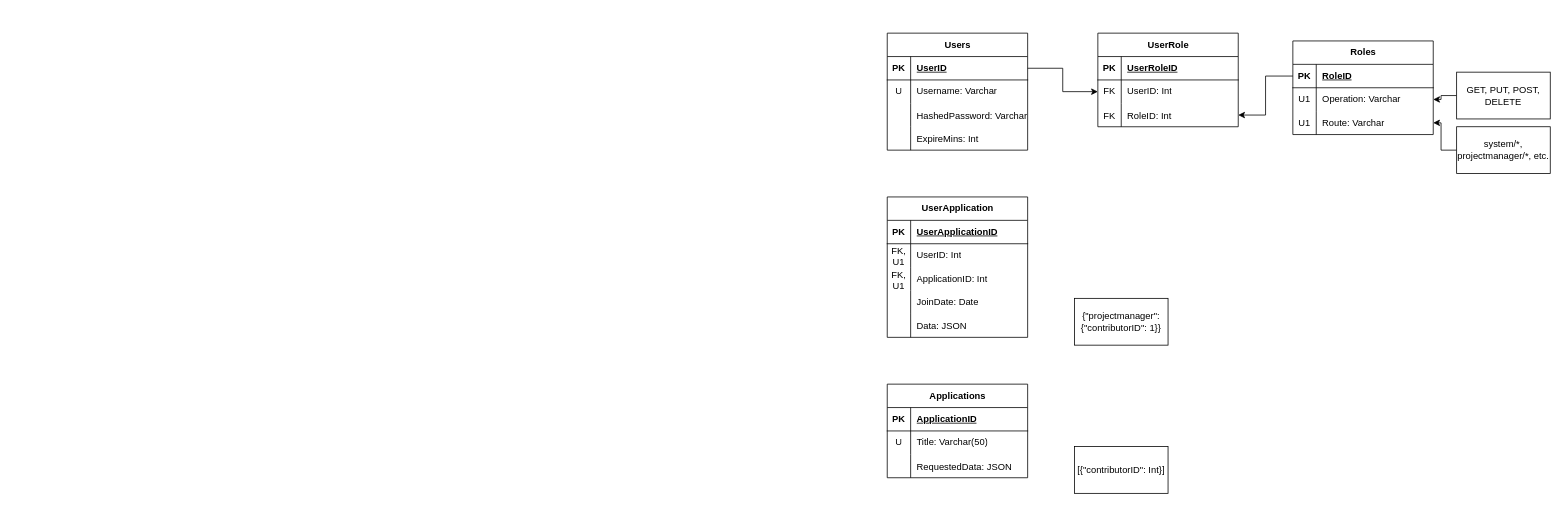
The draw.io diagram Documentation/system.drawio in TheChar/SphereAPI, before the edit. Source tidied: cells renumbered, new cells numbered last; positions are measured from the earlier drawing's top-left corner, leaving out a move shared by most shapes. Both pictures are drawn from the tidied source at 78%, with x=0, y=0 at pixel (887, 33).
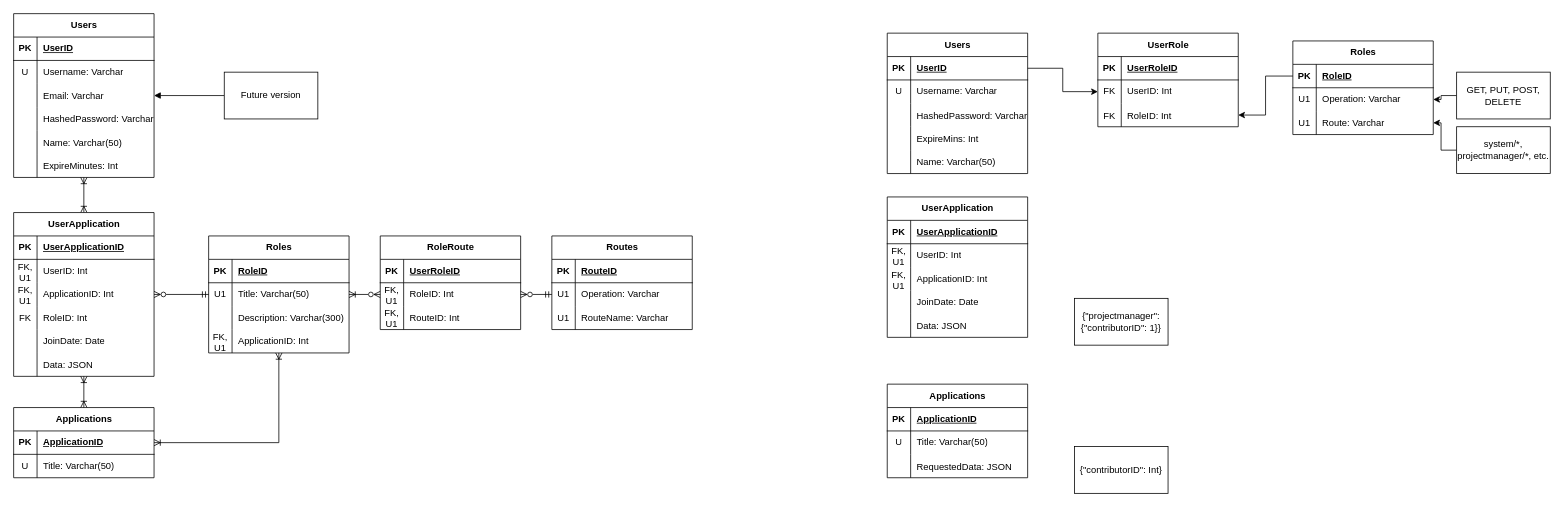
After the change.

Diff of the diagram source:
```diff
@@
     <mxCell id="2" value="Users" style="shape=table;startSize=30;childLayout=tableLayout;rowLines=0;fontStyle=1;align=center;html=1;" parent="1" vertex="1">
-      <mxGeometry width="180" height="150" as="geometry" />
+      <mxGeometry width="180" height="180" as="geometry" />
     </mxCell>
@@
+    <mxCell id="69" style="shape=tableRow;horizontal=0;startSize=0;swimlaneHead=0;swimlaneBody=0;fillColor=none;top=0;left=0;right=0;bottom=0;" parent="2" vertex="1">
+      <mxGeometry y="150" width="180" height="30" as="geometry" />
+    </mxCell>
+    <mxCell id="70" style="shape=partialRectangle;fillColor=none;top=0;left=0;bottom=0;right=0;overflow=hidden;" parent="69" vertex="1">
+      <mxGeometry width="30" height="30" as="geometry" />
+    </mxCell>
+    <mxCell id="71" value="Name: Varchar(50)" style="shape=partialRectangle;fillColor=none;top=0;left=0;bottom=0;right=0;align=left;spacingLeft=6;overflow=hidden;" parent="69" vertex="1">
+      <mxGeometry x="30" width="150" height="30" as="geometry" />
+    </mxCell>
@@
-    <mxCell id="68" value="[{&quot;contributorID&quot;: Int}]" style="rounded=0;whiteSpace=wrap;html=1;" parent="1" vertex="1">
+    <mxCell id="68" value="{&quot;contributorID&quot;: Int}" style="rounded=0;whiteSpace=wrap;html=1;" parent="1" vertex="1">
       <mxGeometry x="240" y="530" width="120" height="60" as="geometry" />
     </mxCell>
+    <mxCell id="72" style="edgeStyle=orthogonalEdgeStyle;rounded=0;jettySize=auto;html=1;entryX=0.5;entryY=0;entryDx=0;entryDy=0;startArrow=ERoneToMany;startFill=0;endArrow=ERoneToMany;endFill=0;" parent="1" edge="1" source="73" target="122">
+      <mxGeometry relative="1" as="geometry" />
+    </mxCell>
+    <mxCell id="73" value="Users" style="shape=table;startSize=30;childLayout=tableLayout;rowLines=0;fontStyle=1;align=center;html=1;" parent="1" vertex="1">
+      <mxGeometry x="-1120" y="-25" width="180" height="210" as="geometry" />
+    </mxCell>
+    <mxCell id="74" style="shape=tableRow;horizontal=0;startSize=0;swimlaneHead=0;swimlaneBody=0;fillColor=none;top=0;left=0;right=0;bottom=1;" parent="73" vertex="1">
+      <mxGeometry y="30" width="180" height="30" as="geometry" />
+    </mxCell>
+    <mxCell id="75" value="PK" style="shape=partialRectangle;fillColor=none;top=0;left=0;bottom=0;right=0;fontStyle=1;overflow=hidden;whiteSpace=wrap;html=1;" parent="74" vertex="1">
+      <mxGeometry width="30" height="30" as="geometry" />
+    </mxCell>
+    <mxCell id="76" value="UserID" style="shape=partialRectangle;fillColor=none;top=0;left=0;bottom=0;right=0;align=left;spacingLeft=6;fontStyle=5;overflow=hidden;whiteSpace=wrap;html=1;" parent="74" vertex="1">
+      <mxGeometry x="30" width="150" height="30" as="geometry" />
+    </mxCell>
+    <mxCell id="77" style="shape=tableRow;horizontal=0;startSize=0;swimlaneHead=0;swimlaneBody=0;fillColor=none;top=0;left=0;right=0;bottom=0;" parent="73" vertex="1">
+      <mxGeometry y="60" width="180" height="30" as="geometry" />
+    </mxCell>
+    <mxCell id="78" value="U" style="shape=partialRectangle;fillColor=none;top=0;left=0;bottom=0;right=0;overflow=hidden;whiteSpace=wrap;html=1;" parent="77" vertex="1">
+      <mxGeometry width="30" height="30" as="geometry" />
+    </mxCell>
+    <mxCell id="79" value="Username: Varchar" style="shape=partialRectangle;fillColor=none;top=0;left=0;bottom=0;right=0;align=left;spacingLeft=6;overflow=hidden;whiteSpace=wrap;html=1;" parent="77" vertex="1">
+      <mxGeometry x="30" width="150" height="30" as="geometry" />
+    </mxCell>
+    <mxCell id="80" style="shape=tableRow;horizontal=0;startSize=0;swimlaneHead=0;swimlaneBody=0;fillColor=none;points=[[0,0.5],[1,0.5]];portConstraint=eastwest;top=0;left=0;right=0;bottom=0;" parent="73" vertex="1">
+      <mxGeometry y="90" width="180" height="30" as="geometry" />
+    </mxCell>
+    <mxCell id="81" style="shape=partialRectangle;fillColor=none;top=0;left=0;bottom=0;right=0;overflow=hidden;" parent="80" vertex="1">
+      <mxGeometry width="30" height="30" as="geometry" />
+    </mxCell>
+    <mxCell id="82" value="Email: Varchar" style="shape=partialRectangle;fillColor=none;top=0;left=0;bottom=0;right=0;align=left;spacingLeft=6;overflow=hidden;" parent="80" vertex="1">
+      <mxGeometry x="30" width="150" height="30" as="geometry" />
+    </mxCell>
+    <mxCell id="83" style="shape=tableRow;horizontal=0;startSize=0;swimlaneHead=0;swimlaneBody=0;fillColor=none;top=0;left=0;right=0;bottom=0;" parent="73" vertex="1">
+      <mxGeometry y="120" width="180" height="30" as="geometry" />
+    </mxCell>
+    <mxCell id="84" style="shape=partialRectangle;fillColor=none;top=0;left=0;bottom=0;right=0;overflow=hidden;" parent="83" vertex="1">
+      <mxGeometry width="30" height="30" as="geometry" />
+    </mxCell>
+    <mxCell id="85" value="HashedPassword: Varchar" style="shape=partialRectangle;fillColor=none;top=0;left=0;bottom=0;right=0;align=left;spacingLeft=6;overflow=hidden;" parent="83" vertex="1">
+      <mxGeometry x="30" width="150" height="30" as="geometry" />
+    </mxCell>
+    <mxCell id="86" style="shape=tableRow;horizontal=0;startSize=0;swimlaneHead=0;swimlaneBody=0;fillColor=none;top=0;left=0;right=0;bottom=0;" parent="73" vertex="1">
+      <mxGeometry y="150" width="180" height="30" as="geometry" />
+    </mxCell>
+    <mxCell id="87" style="shape=partialRectangle;fillColor=none;top=0;left=0;bottom=0;right=0;overflow=hidden;" parent="86" vertex="1">
+      <mxGeometry width="30" height="30" as="geometry" />
+    </mxCell>
+    <mxCell id="88" value="Name: Varchar(50)" style="shape=partialRectangle;fillColor=none;top=0;left=0;bottom=0;right=0;align=left;spacingLeft=6;overflow=hidden;" parent="86" vertex="1">
+      <mxGeometry x="30" width="150" height="30" as="geometry" />
+    </mxCell>
+    <mxCell id="89" style="shape=tableRow;horizontal=0;startSize=0;swimlaneHead=0;swimlaneBody=0;fillColor=none;top=0;left=0;right=0;bottom=0;" parent="73" vertex="1">
+      <mxGeometry y="180" width="180" height="30" as="geometry" />
+    </mxCell>
+    <mxCell id="90" style="shape=partialRectangle;fillColor=none;top=0;left=0;bottom=0;right=0;overflow=hidden;" parent="89" vertex="1">
+      <mxGeometry width="30" height="30" as="geometry" />
+    </mxCell>
+    <mxCell id="91" value="ExpireMinutes: Int" style="shape=partialRectangle;fillColor=none;top=0;left=0;bottom=0;right=0;align=left;spacingLeft=6;overflow=hidden;" parent="89" vertex="1">
+      <mxGeometry x="30" width="150" height="30" as="geometry" />
+    </mxCell>
+    <mxCell id="92" style="edgeStyle=orthogonalEdgeStyle;rounded=0;jettySize=auto;html=1;entryX=0;entryY=0.5;entryDx=0;entryDy=0;exitX=1;exitY=0.5;exitDx=0;exitDy=0;startArrow=ERzeroToMany;startFill=0;endArrow=ERmandOne;endFill=0;" parent="1" edge="1" source="97" target="107">
+      <mxGeometry relative="1" as="geometry" />
+    </mxCell>
+    <mxCell id="93" value="RoleRoute" style="shape=table;startSize=30;childLayout=tableLayout;rowLines=0;fontStyle=1;align=center;html=1;" parent="1" vertex="1">
+      <mxGeometry x="-650" y="260" width="180" height="120" as="geometry" />
+    </mxCell>
+    <mxCell id="94" style="shape=tableRow;horizontal=0;startSize=0;swimlaneHead=0;swimlaneBody=0;fillColor=none;top=0;left=0;right=0;bottom=1;" parent="93" vertex="1">
+      <mxGeometry y="30" width="180" height="30" as="geometry" />
+    </mxCell>
+    <mxCell id="95" value="PK" style="shape=partialRectangle;fillColor=none;top=0;left=0;bottom=0;right=0;fontStyle=1;overflow=hidden;whiteSpace=wrap;html=1;" parent="94" vertex="1">
+      <mxGeometry width="30" height="30" as="geometry" />
+    </mxCell>
+    <mxCell id="96" value="UserRoleID" style="shape=partialRectangle;fillColor=none;top=0;left=0;bottom=0;right=0;align=left;spacingLeft=6;fontStyle=5;overflow=hidden;whiteSpace=wrap;html=1;" parent="94" vertex="1">
+      <mxGeometry x="30" width="150" height="30" as="geometry" />
+    </mxCell>
+    <mxCell id="97" style="shape=tableRow;horizontal=0;startSize=0;swimlaneHead=0;swimlaneBody=0;fillColor=none;points=[[0,0.5],[1,0.5]];portConstraint=eastwest;top=0;left=0;right=0;bottom=0;" parent="93" vertex="1">
+      <mxGeometry y="60" width="180" height="30" as="geometry" />
+    </mxCell>
+    <mxCell id="98" value="FK, U1" style="shape=partialRectangle;fillColor=none;top=0;left=0;bottom=0;right=0;overflow=hidden;whiteSpace=wrap;html=1;" parent="97" vertex="1">
+      <mxGeometry width="30" height="30" as="geometry" />
+    </mxCell>
+    <mxCell id="99" value="RoleID: Int" style="shape=partialRectangle;fillColor=none;top=0;left=0;bottom=0;right=0;align=left;spacingLeft=6;overflow=hidden;whiteSpace=wrap;html=1;" parent="97" vertex="1">
+      <mxGeometry x="30" width="150" height="30" as="geometry" />
+    </mxCell>
+    <mxCell id="100" style="shape=tableRow;horizontal=0;startSize=0;swimlaneHead=0;swimlaneBody=0;fillColor=none;top=0;left=0;right=0;bottom=0;" parent="93" vertex="1">
+      <mxGeometry y="90" width="180" height="30" as="geometry" />
+    </mxCell>
+    <mxCell id="101" value="FK,&#10;U1" style="shape=partialRectangle;fillColor=none;top=0;left=0;bottom=0;right=0;overflow=hidden;" parent="100" vertex="1">
+      <mxGeometry width="30" height="30" as="geometry" />
+    </mxCell>
+    <mxCell id="102" value="RouteID: Int" style="shape=partialRectangle;fillColor=none;top=0;left=0;bottom=0;right=0;align=left;spacingLeft=6;overflow=hidden;" parent="100" vertex="1">
+      <mxGeometry x="30" width="150" height="30" as="geometry" />
+    </mxCell>
+    <mxCell id="103" value="Routes" style="shape=table;startSize=30;childLayout=tableLayout;rowLines=0;fontStyle=1;align=center;html=1;" parent="1" vertex="1">
+      <mxGeometry x="-430" y="260" width="180" height="120" as="geometry" />
+    </mxCell>
+    <mxCell id="104" style="shape=tableRow;horizontal=0;startSize=0;swimlaneHead=0;swimlaneBody=0;fillColor=none;top=0;left=0;right=0;bottom=1;" parent="103" vertex="1">
+      <mxGeometry y="30" width="180" height="30" as="geometry" />
+    </mxCell>
+    <mxCell id="105" value="PK" style="shape=partialRectangle;fillColor=none;top=0;left=0;bottom=0;right=0;fontStyle=1;overflow=hidden;whiteSpace=wrap;html=1;" parent="104" vertex="1">
+      <mxGeometry width="30" height="30" as="geometry" />
+    </mxCell>
+    <mxCell id="106" value="RouteID" style="shape=partialRectangle;fillColor=none;top=0;left=0;bottom=0;right=0;align=left;spacingLeft=6;fontStyle=5;overflow=hidden;whiteSpace=wrap;html=1;" parent="104" vertex="1">
+      <mxGeometry x="30" width="150" height="30" as="geometry" />
+    </mxCell>
+    <mxCell id="107" style="shape=tableRow;horizontal=0;startSize=0;swimlaneHead=0;swimlaneBody=0;fillColor=none;points=[[0,0.5],[1,0.5]];portConstraint=eastwest;top=0;left=0;right=0;bottom=0;" parent="103" vertex="1">
+      <mxGeometry y="60" width="180" height="30" as="geometry" />
+    </mxCell>
+    <mxCell id="108" value="U1" style="shape=partialRectangle;fillColor=none;top=0;left=0;bottom=0;right=0;overflow=hidden;whiteSpace=wrap;html=1;" parent="107" vertex="1">
+      <mxGeometry width="30" height="30" as="geometry" />
+    </mxCell>
+    <mxCell id="109" value="Operation: Varchar" style="shape=partialRectangle;fillColor=none;top=0;left=0;bottom=0;right=0;align=left;spacingLeft=6;overflow=hidden;whiteSpace=wrap;html=1;" parent="107" vertex="1">
+      <mxGeometry x="30" width="150" height="30" as="geometry" />
+    </mxCell>
+    <mxCell id="110" style="shape=tableRow;horizontal=0;startSize=0;swimlaneHead=0;swimlaneBody=0;fillColor=none;top=0;left=0;right=0;bottom=0;" parent="103" vertex="1">
+      <mxGeometry y="90" width="180" height="30" as="geometry" />
+    </mxCell>
+    <mxCell id="111" value="U1" style="shape=partialRectangle;fillColor=none;top=0;left=0;bottom=0;right=0;overflow=hidden;whiteSpace=wrap;html=1;" parent="110" vertex="1">
+      <mxGeometry width="30" height="30" as="geometry" />
+    </mxCell>
+    <mxCell id="112" value="RouteName: Varchar" style="shape=partialRectangle;fillColor=none;top=0;left=0;bottom=0;right=0;align=left;spacingLeft=6;overflow=hidden;whiteSpace=wrap;html=1;" parent="110" vertex="1">
+      <mxGeometry x="30" width="150" height="30" as="geometry" />
+    </mxCell>
+    <mxCell id="113" value="Applications" style="shape=table;startSize=30;childLayout=tableLayout;rowLines=0;fontStyle=1;align=center;html=1;" parent="1" vertex="1">
+      <mxGeometry x="-1120" y="480" width="180" height="90" as="geometry" />
+    </mxCell>
+    <mxCell id="114" style="shape=tableRow;horizontal=0;startSize=0;swimlaneHead=0;swimlaneBody=0;fillColor=none;points=[[0,0.5],[1,0.5]];portConstraint=eastwest;top=0;left=0;right=0;bottom=1;" parent="113" vertex="1">
+      <mxGeometry y="30" width="180" height="30" as="geometry" />
+    </mxCell>
+    <mxCell id="115" value="PK" style="shape=partialRectangle;fillColor=none;top=0;left=0;bottom=0;right=0;fontStyle=1;overflow=hidden;whiteSpace=wrap;html=1;" parent="114" vertex="1">
+      <mxGeometry width="30" height="30" as="geometry" />
+    </mxCell>
+    <mxCell id="116" value="ApplicationID" style="shape=partialRectangle;fillColor=none;top=0;left=0;bottom=0;right=0;align=left;spacingLeft=6;fontStyle=5;overflow=hidden;whiteSpace=wrap;html=1;" parent="114" vertex="1">
+      <mxGeometry x="30" width="150" height="30" as="geometry" />
+    </mxCell>
+    <mxCell id="117" style="shape=tableRow;horizontal=0;startSize=0;swimlaneHead=0;swimlaneBody=0;fillColor=none;top=0;left=0;right=0;bottom=0;" parent="113" vertex="1">
+      <mxGeometry y="60" width="180" height="30" as="geometry" />
+    </mxCell>
+    <mxCell id="118" value="U" style="shape=partialRectangle;fillColor=none;top=0;left=0;bottom=0;right=0;overflow=hidden;whiteSpace=wrap;html=1;" parent="117" vertex="1">
+      <mxGeometry width="30" height="30" as="geometry" />
+    </mxCell>
+    <mxCell id="119" value="Title: Varchar(50)" style="shape=partialRectangle;fillColor=none;top=0;left=0;bottom=0;right=0;align=left;spacingLeft=6;overflow=hidden;whiteSpace=wrap;html=1;" parent="117" vertex="1">
+      <mxGeometry x="30" width="150" height="30" as="geometry" />
+    </mxCell>
+    <mxCell id="120" style="edgeStyle=orthogonalEdgeStyle;rounded=0;jettySize=auto;html=1;entryX=0.5;entryY=0;entryDx=0;entryDy=0;endArrow=ERoneToMany;endFill=0;startArrow=ERoneToMany;startFill=0;" parent="1" edge="1" source="122" target="113">
+      <mxGeometry relative="1" as="geometry" />
+    </mxCell>
+    <mxCell id="121" style="edgeStyle=orthogonalEdgeStyle;rounded=0;jettySize=auto;html=1;endArrow=ERmandOne;endFill=0;startArrow=ERzeroToMany;startFill=0;" parent="1" edge="1" source="122" target="143">
+      <mxGeometry relative="1" as="geometry" />
+    </mxCell>
+    <mxCell id="122" value="UserApplication" style="shape=table;startSize=30;childLayout=tableLayout;rowLines=0;fontStyle=1;align=center;html=1;" parent="1" vertex="1">
+      <mxGeometry x="-1120" y="230" width="180" height="210" as="geometry" />
+    </mxCell>
+    <mxCell id="123" style="shape=tableRow;horizontal=0;startSize=0;swimlaneHead=0;swimlaneBody=0;fillColor=none;top=0;left=0;right=0;bottom=1;" parent="122" vertex="1">
+      <mxGeometry y="30" width="180" height="30" as="geometry" />
+    </mxCell>
+    <mxCell id="124" value="PK" style="shape=partialRectangle;fillColor=none;top=0;left=0;bottom=0;right=0;fontStyle=1;overflow=hidden;whiteSpace=wrap;html=1;" parent="123" vertex="1">
+      <mxGeometry width="30" height="30" as="geometry" />
+    </mxCell>
+    <mxCell id="125" value="UserApplicationID" style="shape=partialRectangle;fillColor=none;top=0;left=0;bottom=0;right=0;align=left;spacingLeft=6;fontStyle=5;overflow=hidden;whiteSpace=wrap;html=1;" parent="123" vertex="1">
+      <mxGeometry x="30" width="150" height="30" as="geometry" />
+    </mxCell>
+    <mxCell id="126" style="shape=tableRow;horizontal=0;startSize=0;swimlaneHead=0;swimlaneBody=0;fillColor=none;top=0;left=0;right=0;bottom=0;" parent="122" vertex="1">
+      <mxGeometry y="60" width="180" height="30" as="geometry" />
+    </mxCell>
+    <mxCell id="127" value="FK,&lt;div&gt;U1&lt;/div&gt;" style="shape=partialRectangle;fillColor=none;top=0;left=0;bottom=0;right=0;overflow=hidden;whiteSpace=wrap;html=1;" parent="126" vertex="1">
+      <mxGeometry width="30" height="30" as="geometry" />
+    </mxCell>
+    <mxCell id="128" value="UserID: Int" style="shape=partialRectangle;fillColor=none;top=0;left=0;bottom=0;right=0;align=left;spacingLeft=6;overflow=hidden;whiteSpace=wrap;html=1;" parent="126" vertex="1">
+      <mxGeometry x="30" width="150" height="30" as="geometry" />
+    </mxCell>
+    <mxCell id="129" style="shape=tableRow;horizontal=0;startSize=0;swimlaneHead=0;swimlaneBody=0;fillColor=none;top=0;left=0;right=0;bottom=0;" parent="122" vertex="1">
+      <mxGeometry y="90" width="180" height="30" as="geometry" />
+    </mxCell>
+    <mxCell id="130" value="FK,&lt;div&gt;U1&lt;/div&gt;" style="shape=partialRectangle;fillColor=none;top=0;left=0;bottom=0;right=0;overflow=hidden;whiteSpace=wrap;html=1;" parent="129" vertex="1">
+      <mxGeometry width="30" height="30" as="geometry" />
+    </mxCell>
+    <mxCell id="131" value="ApplicationID: Int" style="shape=partialRectangle;fillColor=none;top=0;left=0;bottom=0;right=0;align=left;spacingLeft=6;overflow=hidden;whiteSpace=wrap;html=1;" parent="129" vertex="1">
+      <mxGeometry x="30" width="150" height="30" as="geometry" />
+    </mxCell>
+    <mxCell id="132" style="shape=tableRow;horizontal=0;startSize=0;swimlaneHead=0;swimlaneBody=0;fillColor=none;top=0;left=0;right=0;bottom=0;" parent="122" vertex="1">
+      <mxGeometry y="120" width="180" height="30" as="geometry" />
+    </mxCell>
+    <mxCell id="133" value="FK" style="shape=partialRectangle;fillColor=none;top=0;left=0;bottom=0;right=0;overflow=hidden;" parent="132" vertex="1">
+      <mxGeometry width="30" height="30" as="geometry" />
+    </mxCell>
+    <mxCell id="134" value="RoleID: Int" style="shape=partialRectangle;fillColor=none;top=0;left=0;bottom=0;right=0;align=left;spacingLeft=6;overflow=hidden;" parent="132" vertex="1">
+      <mxGeometry x="30" width="150" height="30" as="geometry" />
+    </mxCell>
+    <mxCell id="135" style="shape=tableRow;horizontal=0;startSize=0;swimlaneHead=0;swimlaneBody=0;fillColor=none;top=0;left=0;right=0;bottom=0;" parent="122" vertex="1">
+      <mxGeometry y="150" width="180" height="30" as="geometry" />
+    </mxCell>
+    <mxCell id="136" style="shape=partialRectangle;fillColor=none;top=0;left=0;bottom=0;right=0;overflow=hidden;whiteSpace=wrap;html=1;" parent="135" vertex="1">
+      <mxGeometry width="30" height="30" as="geometry" />
+    </mxCell>
+    <mxCell id="137" value="JoinDate: Date" style="shape=partialRectangle;fillColor=none;top=0;left=0;bottom=0;right=0;align=left;spacingLeft=6;overflow=hidden;whiteSpace=wrap;html=1;" parent="135" vertex="1">
+      <mxGeometry x="30" width="150" height="30" as="geometry" />
+    </mxCell>
+    <mxCell id="138" style="shape=tableRow;horizontal=0;startSize=0;swimlaneHead=0;swimlaneBody=0;fillColor=none;top=0;left=0;right=0;bottom=0;" parent="122" vertex="1">
+      <mxGeometry y="180" width="180" height="30" as="geometry" />
+    </mxCell>
+    <mxCell id="139" style="shape=partialRectangle;fillColor=none;top=0;left=0;bottom=0;right=0;overflow=hidden;" parent="138" vertex="1">
+      <mxGeometry width="30" height="30" as="geometry" />
+    </mxCell>
+    <mxCell id="140" value="Data: JSON" style="shape=partialRectangle;fillColor=none;top=0;left=0;bottom=0;right=0;align=left;spacingLeft=6;overflow=hidden;" parent="138" vertex="1">
+      <mxGeometry x="30" width="150" height="30" as="geometry" />
+    </mxCell>
+    <mxCell id="141" style="edgeStyle=orthogonalEdgeStyle;rounded=0;jettySize=auto;html=1;entryX=1;entryY=0.5;entryDx=0;entryDy=0;startArrow=ERoneToMany;startFill=0;endArrow=ERoneToMany;endFill=0;" parent="1" edge="1" source="143" target="114">
+      <mxGeometry relative="1" as="geometry" />
+    </mxCell>
+    <mxCell id="142" style="edgeStyle=orthogonalEdgeStyle;rounded=0;jettySize=auto;html=1;entryX=0;entryY=0.5;entryDx=0;entryDy=0;startArrow=ERoneToMany;startFill=0;endArrow=ERzeroToMany;endFill=0;" parent="1" edge="1" source="143" target="97">
+      <mxGeometry relative="1" as="geometry" />
+    </mxCell>
+    <mxCell id="143" value="Roles" style="shape=table;startSize=30;childLayout=tableLayout;rowLines=0;fontStyle=1;align=center;html=1;" parent="1" vertex="1">
+      <mxGeometry x="-870" y="260" width="180" height="150" as="geometry" />
+    </mxCell>
+    <mxCell id="144" style="shape=tableRow;horizontal=0;startSize=0;swimlaneHead=0;swimlaneBody=0;fillColor=none;top=0;left=0;right=0;bottom=1;" parent="143" vertex="1">
+      <mxGeometry y="30" width="180" height="30" as="geometry" />
+    </mxCell>
+    <mxCell id="145" value="PK" style="shape=partialRectangle;fillColor=none;top=0;left=0;bottom=0;right=0;fontStyle=1;overflow=hidden;whiteSpace=wrap;html=1;" parent="144" vertex="1">
+      <mxGeometry width="30" height="30" as="geometry" />
+    </mxCell>
+    <mxCell id="146" value="RoleID" style="shape=partialRectangle;fillColor=none;top=0;left=0;bottom=0;right=0;align=left;spacingLeft=6;fontStyle=5;overflow=hidden;whiteSpace=wrap;html=1;" parent="144" vertex="1">
+      <mxGeometry x="30" width="150" height="30" as="geometry" />
+    </mxCell>
+    <mxCell id="147" style="shape=tableRow;horizontal=0;startSize=0;swimlaneHead=0;swimlaneBody=0;fillColor=none;top=0;left=0;right=0;bottom=0;" parent="143" vertex="1">
+      <mxGeometry y="60" width="180" height="30" as="geometry" />
+    </mxCell>
+    <mxCell id="148" value="U1" style="shape=partialRectangle;fillColor=none;top=0;left=0;bottom=0;right=0;overflow=hidden;whiteSpace=wrap;html=1;" parent="147" vertex="1">
+      <mxGeometry width="30" height="30" as="geometry" />
+    </mxCell>
+    <mxCell id="149" value="Title: Varchar(50)" style="shape=partialRectangle;fillColor=none;top=0;left=0;bottom=0;right=0;align=left;spacingLeft=6;overflow=hidden;whiteSpace=wrap;html=1;" parent="147" vertex="1">
+      <mxGeometry x="30" width="150" height="30" as="geometry" />
+    </mxCell>
+    <mxCell id="150" style="shape=tableRow;horizontal=0;startSize=0;swimlaneHead=0;swimlaneBody=0;fillColor=none;top=0;left=0;right=0;bottom=0;" parent="143" vertex="1">
+      <mxGeometry y="90" width="180" height="30" as="geometry" />
+    </mxCell>
+    <mxCell id="151" style="shape=partialRectangle;fillColor=none;top=0;left=0;bottom=0;right=0;overflow=hidden;whiteSpace=wrap;html=1;" parent="150" vertex="1">
+      <mxGeometry width="30" height="30" as="geometry" />
+    </mxCell>
+    <mxCell id="152" value="Description: Varchar(300)" style="shape=partialRectangle;fillColor=none;top=0;left=0;bottom=0;right=0;align=left;spacingLeft=6;overflow=hidden;whiteSpace=wrap;html=1;" parent="150" vertex="1">
+      <mxGeometry x="30" width="150" height="30" as="geometry" />
+    </mxCell>
+    <mxCell id="153" style="shape=tableRow;horizontal=0;startSize=0;swimlaneHead=0;swimlaneBody=0;fillColor=none;top=0;left=0;right=0;bottom=0;" parent="143" vertex="1">
+      <mxGeometry y="120" width="180" height="30" as="geometry" />
+    </mxCell>
+    <mxCell id="154" value="FK,&lt;div&gt;U1&lt;/div&gt;" style="shape=partialRectangle;fillColor=none;top=0;left=0;bottom=0;right=0;overflow=hidden;whiteSpace=wrap;html=1;" parent="153" vertex="1">
+      <mxGeometry width="30" height="30" as="geometry" />
+    </mxCell>
+    <mxCell id="155" value="ApplicationID: Int" style="shape=partialRectangle;fillColor=none;top=0;left=0;bottom=0;right=0;align=left;spacingLeft=6;overflow=hidden;whiteSpace=wrap;html=1;" parent="153" vertex="1">
+      <mxGeometry x="30" width="150" height="30" as="geometry" />
+    </mxCell>
+    <mxCell id="156" style="edgeStyle=orthogonalEdgeStyle;rounded=0;jettySize=auto;html=1;startArrow=block;startFill=1;endArrow=none;endFill=0;" parent="1" edge="1" source="80" target="157">
+      <mxGeometry relative="1" as="geometry" />
+    </mxCell>
+    <mxCell id="157" value="Future version" style="rounded=0;whiteSpace=wrap;html=1;" parent="1" vertex="1">
+      <mxGeometry x="-850" y="50" width="120" height="60" as="geometry" />
+    </mxCell>
```
